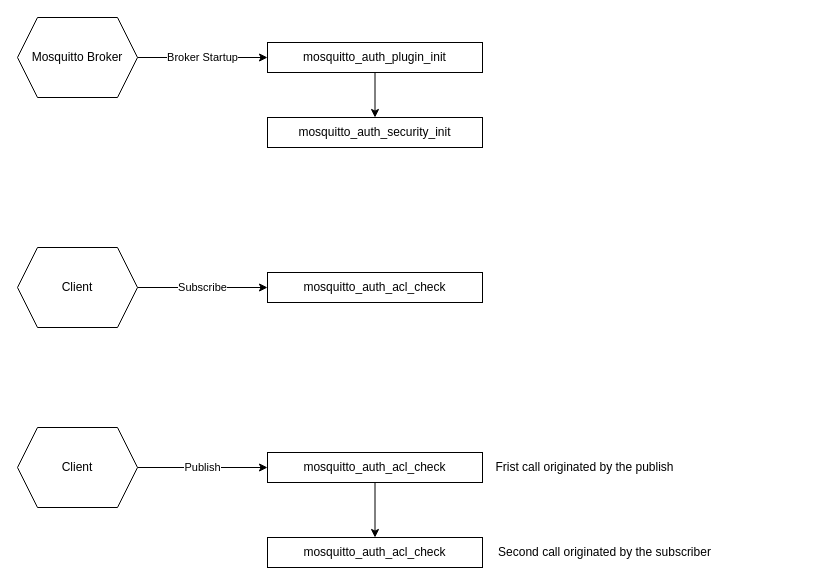
Above: docs/flow.drawio in tointernet/mosquitto-identity-plugin (draw.io), before the change. Source tidied: cells renumbered, new cells numbered last; positions are measured from the earlier drawing's top-left corner, leaving out a move shared by most shapes. Both pictures are drawn from the tidied source at 100%, with x=0, y=0 at pixel (17, 17).
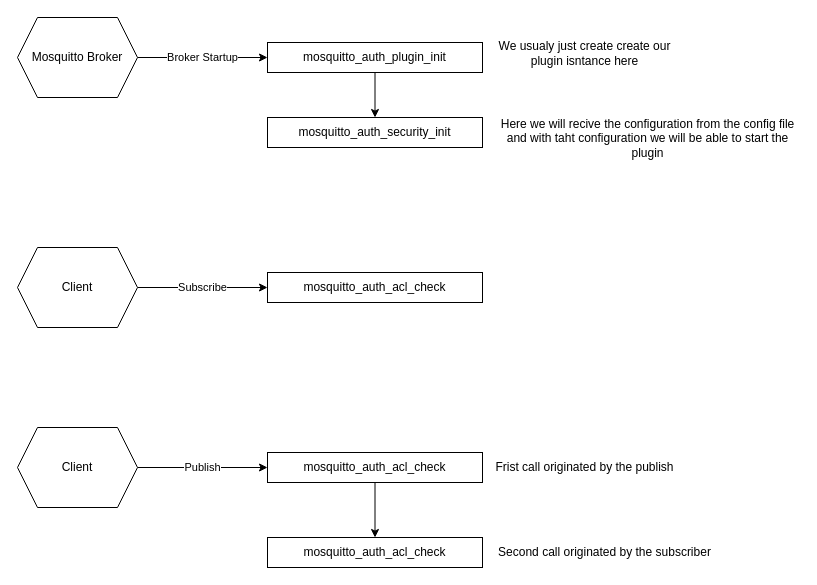
Above is the later version.

The edit, as a diff of the source:
```diff
@@
+    <mxCell id="17" value="We usualy just create create our plugin isntance here" style="text;html=1;strokeColor=none;fillColor=none;align=center;verticalAlign=middle;whiteSpace=wrap;rounded=0;" parent="1" vertex="1">
+      <mxGeometry x="475" y="21" width="185" height="30" as="geometry" />
+    </mxCell>
+    <mxCell id="18" value="Here we will recive the configuration from the config file and with taht configuration we will be able to start the plugin" style="text;html=1;strokeColor=none;fillColor=none;align=center;verticalAlign=middle;whiteSpace=wrap;rounded=0;" parent="1" vertex="1">
+      <mxGeometry x="479" y="103" width="303" height="36" as="geometry" />
+    </mxCell>
```
